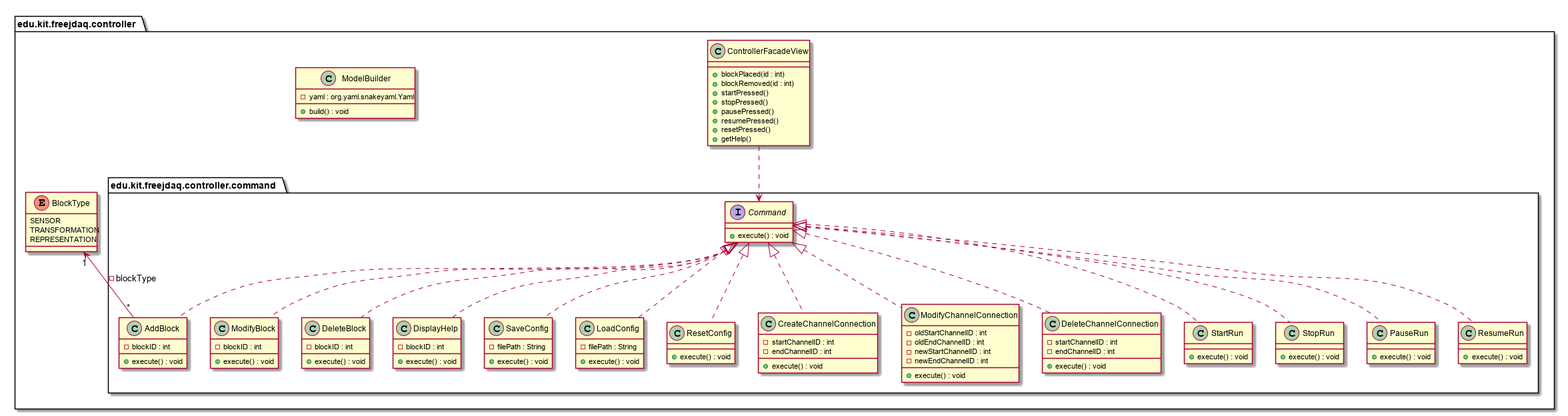
Above: 2-Entwurf/Entwicklung/src/edu/kit/freejdaq/controller/DiagramController.png in osl2/DAQ-Documents (PlantUML), before the change. Its diagram source:
```plantuml
@startuml

package edu.kit.freejdaq.controller {

	enum BlockType {
		SENSOR
		TRANSFORMATION
		REPRESENTATION
	}

	package edu.kit.freejdaq.controller.command {

		interface Command {
			+ execute() : void
		}

		class AddBlock {
			- blockID : int
			+ execute() : void
		}

		BlockType "1" <-- "*" AddBlock : - blockType

		class ModifyBlock {
			- blockID : int
			+ execute() : void
		}

		class DeleteBlock {
			- blockID : int
			+ execute() : void
		}

		class DisplayHelp {
			- blockID : int
			+ execute() : void
		}

		class SaveConfig {
			- filePath : String
			+ execute() : void
		}

		class LoadConfig {
			- filePath : String
			+ execute() : void
		}

		class ResetConfig {
			+ execute() : void
		}

		class CreateChannelConnection {
			- startChannelID : int
			- endChannelID : int
			+ execute() : void
		}

		class ModifyChannelConnection {
			- oldStartChannelID : int
			- oldEndChannelID : int
			- newStartChannelID : int
			- newEndChannelID : int
			+ execute() : void
		}

		class DeleteChannelConnection {
			- startChannelID : int
			- endChannelID : int
			+ execute() : void
		}

		class StartRun {
			+ execute() : void
		}

		class StopRun {
			+ execute() : void
		}

		class PauseRun {
			+ execute() : void
		}

		class ResumeRun {
			+ execute() : void
		}

		Command <|.. AddBlock
		Command <|.. DeleteBlock
		Command <|.. ModifyBlock
		Command <|.. DisplayHelp
		Command <|.. SaveConfig
		Command <|.. LoadConfig
		Command <|.. ResetConfig
		Command <|.. CreateChannelConnection
		Command <|.. ModifyChannelConnection
		Command <|.. DeleteChannelConnection
		Command <|.. StartRun
		Command <|.. StopRun
		Command <|.. PauseRun
		Command <|.. ResumeRun

	}

	class ModelBuilder {
		- yaml : org.yaml.snakeyaml.Yaml
		+ build() : void
	}

	class ControllerFacadeView {
		+ blockPlaced(id : int)
		+ blockRemoved(id : int)
		+ startPressed()
		+ stopPressed()
		+ pausePressed()
		+ resumePressed()
		+ resetPressed()
		+ getHelp()
	}

	Command <.down. ControllerFacadeView
}

@enduml
```
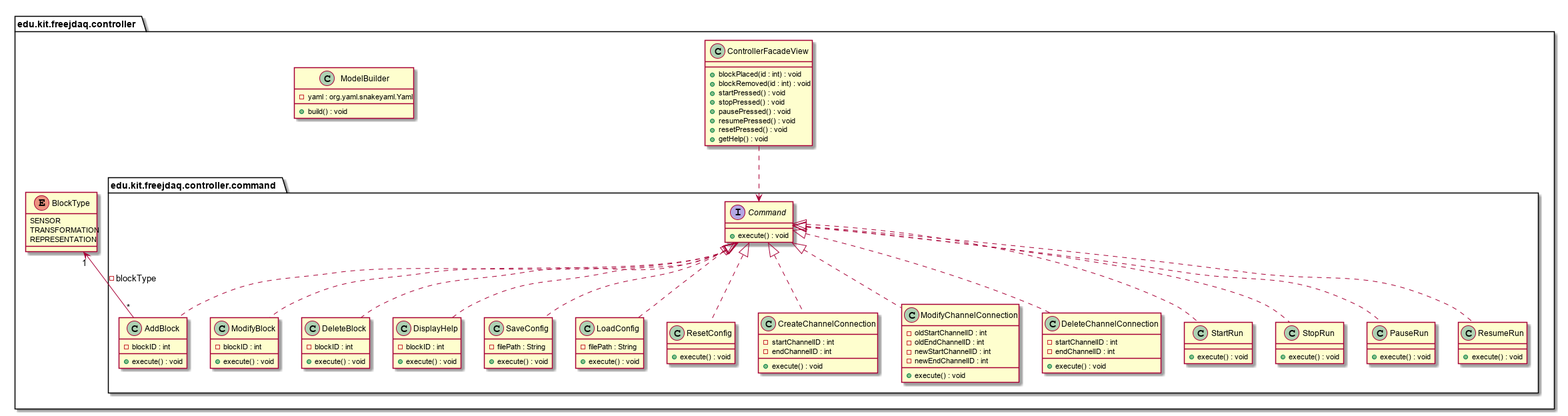
The same file after the commit.

Commit message:
void-methoden

Diff of the diagram source:
```diff
@@ -109,14 +109,14 @@
 	}
 
 	class ControllerFacadeView {
-		+ blockPlaced(id : int)
-		+ blockRemoved(id : int)
-		+ startPressed()
-		+ stopPressed()
-		+ pausePressed()
-		+ resumePressed()
-		+ resetPressed()
-		+ getHelp()
+		+ blockPlaced(id : int) : void
+		+ blockRemoved(id : int) : void
+		+ startPressed() : void
+		+ stopPressed() : void
+		+ pausePressed() : void
+		+ resumePressed() : void
+		+ resetPressed() : void
+		+ getHelp() : void
 	}
 
 	Command <.down. ControllerFacadeView
```
